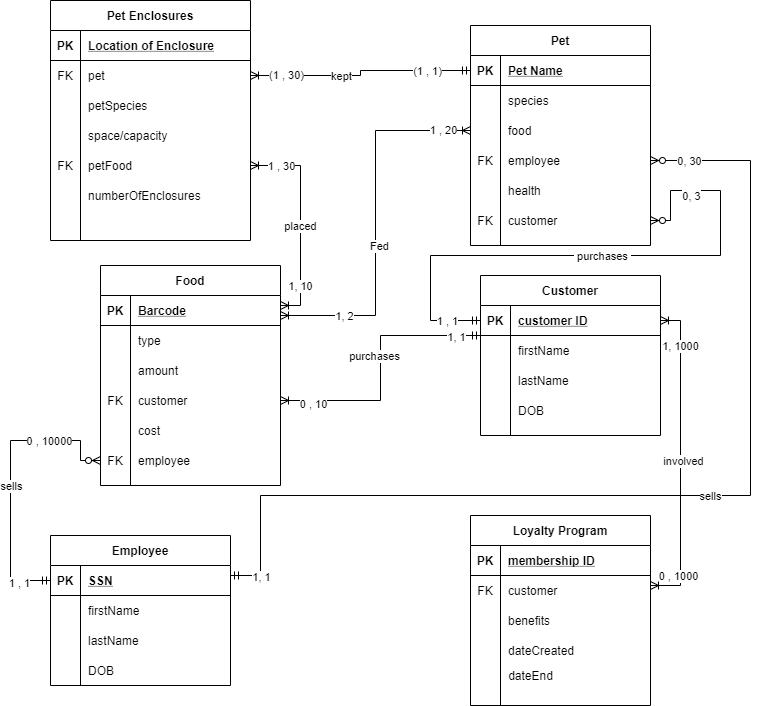
Before: Images/Pet Shop.png, a diagram exported from draw.io (roygbivdilaz/Course-Materials). Source tidied: cells renumbered, new cells last; positions are measured from the earlier drawing's top-left corner, leaving out a move shared by most shapes.
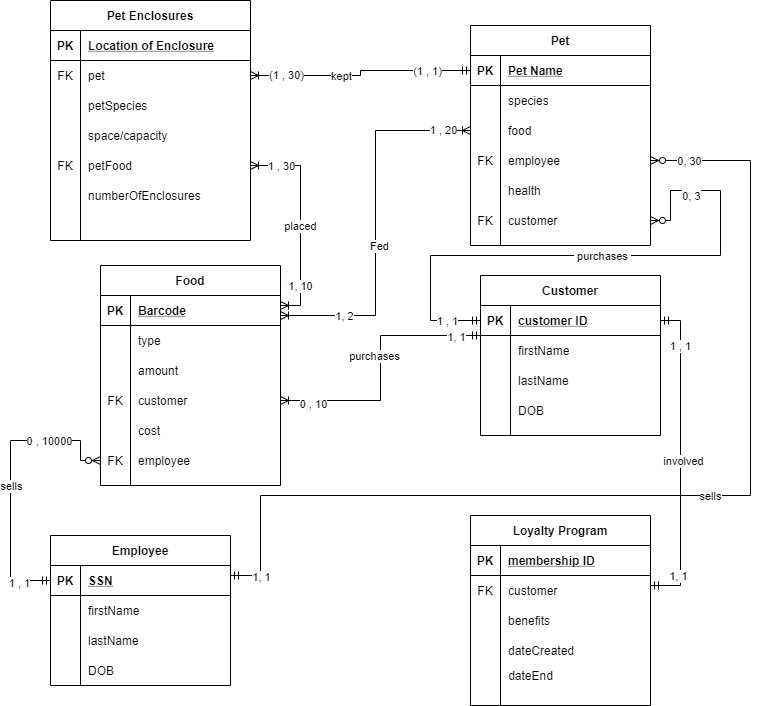
After the change.

Diff of the diagram source:
```diff
@@ -20,7 +20,7 @@
         <mxPoint x="5" as="offset" />
       </mxGeometry>
     </mxCell>
-    <mxCell id="6" style="edgeStyle=orthogonalEdgeStyle;rounded=0;jettySize=auto;html=1;entryX=1;entryY=0.5;entryDx=0;entryDy=0;startArrow=ERoneToMany;startFill=0;endArrow=ERoneToMany;endFill=0;" parent="1" edge="1" source="10" target="52">
+    <mxCell id="6" style="edgeStyle=orthogonalEdgeStyle;rounded=0;jettySize=auto;html=1;entryX=1;entryY=0.5;entryDx=0;entryDy=0;startArrow=ERmandOne;startFill=0;endArrow=ERmandOne;endFill=0;" parent="1" edge="1" source="10" target="52">
       <mxGeometry relative="1" as="geometry">
         <Array as="points">
           <mxPoint x="670" y="585" />
@@ -28,7 +28,7 @@
         </Array>
       </mxGeometry>
     </mxCell>
-    <mxCell id="7" value="0 , 1000" style="edgeLabel;html=1;align=center;verticalAlign=middle;" parent="6" vertex="1">
+    <mxCell id="7" value="1, 1" style="edgeLabel;html=1;align=center;verticalAlign=middle;" parent="6" vertex="1">
       <mxGeometry x="-0.83" y="-2" relative="1" as="geometry">
         <mxPoint y="-12" as="offset" />
       </mxGeometry>
@@ -36,7 +36,7 @@
     <mxCell id="8" value="involved" style="edgeLabel;html=1;align=center;verticalAlign=middle;" parent="6" vertex="1">
       <mxGeometry x="-0.02" y="-2" relative="1" as="geometry" />
     </mxCell>
-    <mxCell id="9" value="1, 1000" style="edgeLabel;html=1;align=center;verticalAlign=middle;" parent="6" vertex="1">
+    <mxCell id="9" value="1 , 1" style="edgeLabel;html=1;align=center;verticalAlign=middle;" parent="6" vertex="1">
       <mxGeometry x="0.74" y="1" relative="1" as="geometry">
         <mxPoint y="5" as="offset" />
       </mxGeometry>
```
